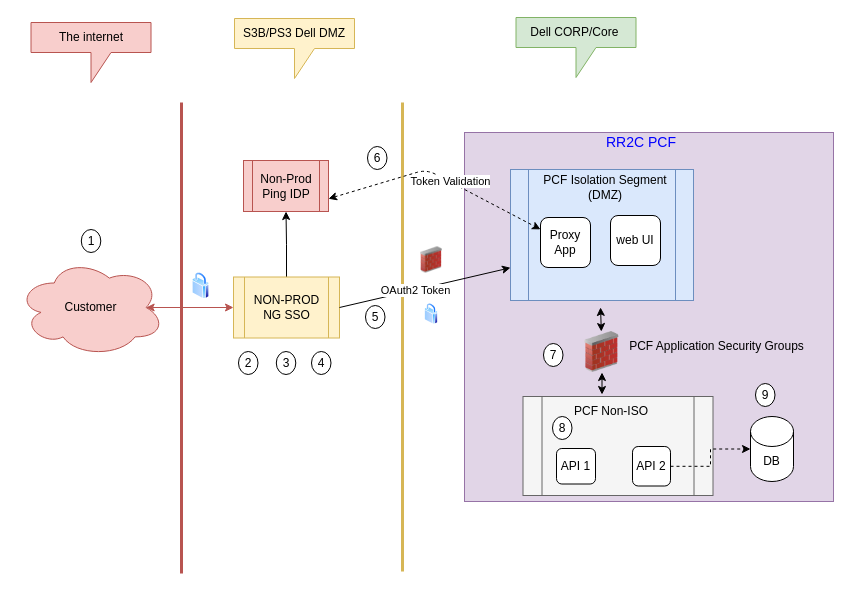
Earlier version of the draw.io diagram RR2C-NGSSO-PCF-EXT.drawio (rama78/app-config). Source tidied: cells renumbered, new cells numbered last; positions are measured from the earlier drawing's top-left corner, leaving out a move shared by most shapes. Both pictures are drawn from the tidied source at 100%, with x=0, y=0 at pixel (17, 17).
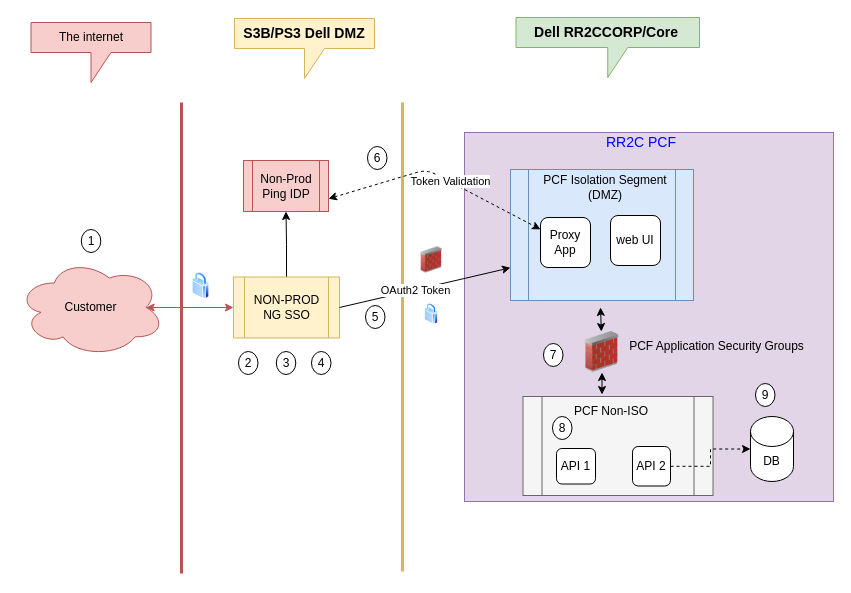
Above is the later version.

Commit message:
added correct font

What changed in the source:
```diff
@@
-    <mxCell id="13" value="S3B/PS3 Dell DMZ" style="shape=callout;whiteSpace=wrap;html=1;perimeter=calloutPerimeter;fillColor=#fff2cc;strokeColor=#d6b656;" parent="1" vertex="1">
-      <mxGeometry x="217" y="1" width="120" height="60" as="geometry" />
+    <mxCell id="13" value="&lt;b&gt;&lt;font style=&quot;font-size: 14px&quot;&gt;S3B/PS3 Dell DMZ&lt;/font&gt;&lt;/b&gt;" style="shape=callout;whiteSpace=wrap;html=1;perimeter=calloutPerimeter;fillColor=#fff2cc;strokeColor=#d6b656;" parent="1" vertex="1">
+      <mxGeometry x="217" y="1" width="140" height="60" as="geometry" />
     </mxCell>
-    <mxCell id="14" value="Dell CORP/Core&amp;nbsp;" style="shape=callout;whiteSpace=wrap;html=1;perimeter=calloutPerimeter;fillColor=#d5e8d4;strokeColor=#82b366;" parent="1" vertex="1">
-      <mxGeometry x="498.5" width="120" height="60" as="geometry" />
+    <mxCell id="14" value="&lt;b&gt;&lt;font style=&quot;font-size: 14px&quot;&gt;Dell RR2CCORP/Core&amp;nbsp;&lt;/font&gt;&lt;/b&gt;" style="shape=callout;whiteSpace=wrap;html=1;perimeter=calloutPerimeter;fillColor=#d5e8d4;strokeColor=#82b366;" parent="1" vertex="1">
+      <mxGeometry x="498.5" width="183.5" height="60" as="geometry" />
     </mxCell>
```
